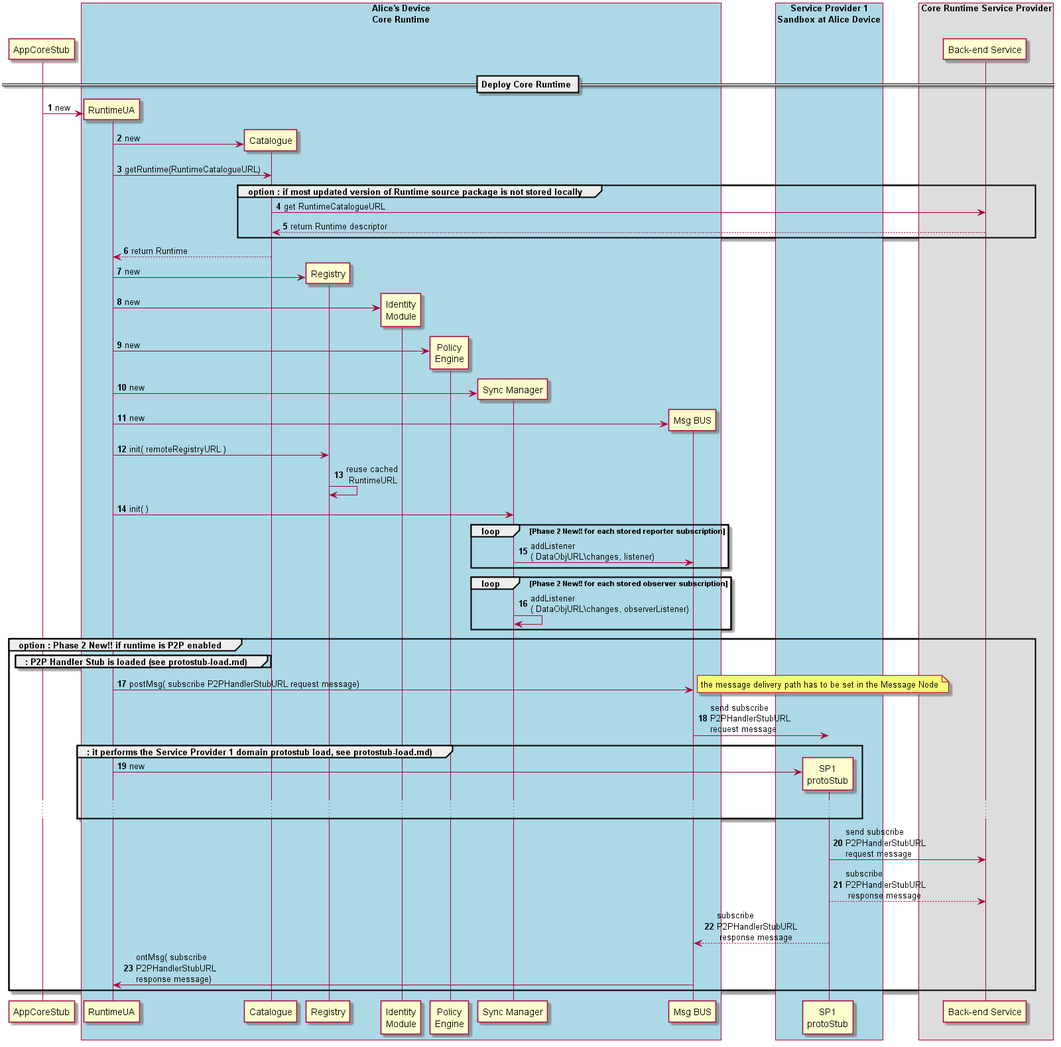
The PlantUML diagram dynamic-view/basics/deploy-runtime.png in reTHINK-project/specs, before a commit. Its source is kept beside it as dynamic-view/basics/deploy-runtime.plantuml.
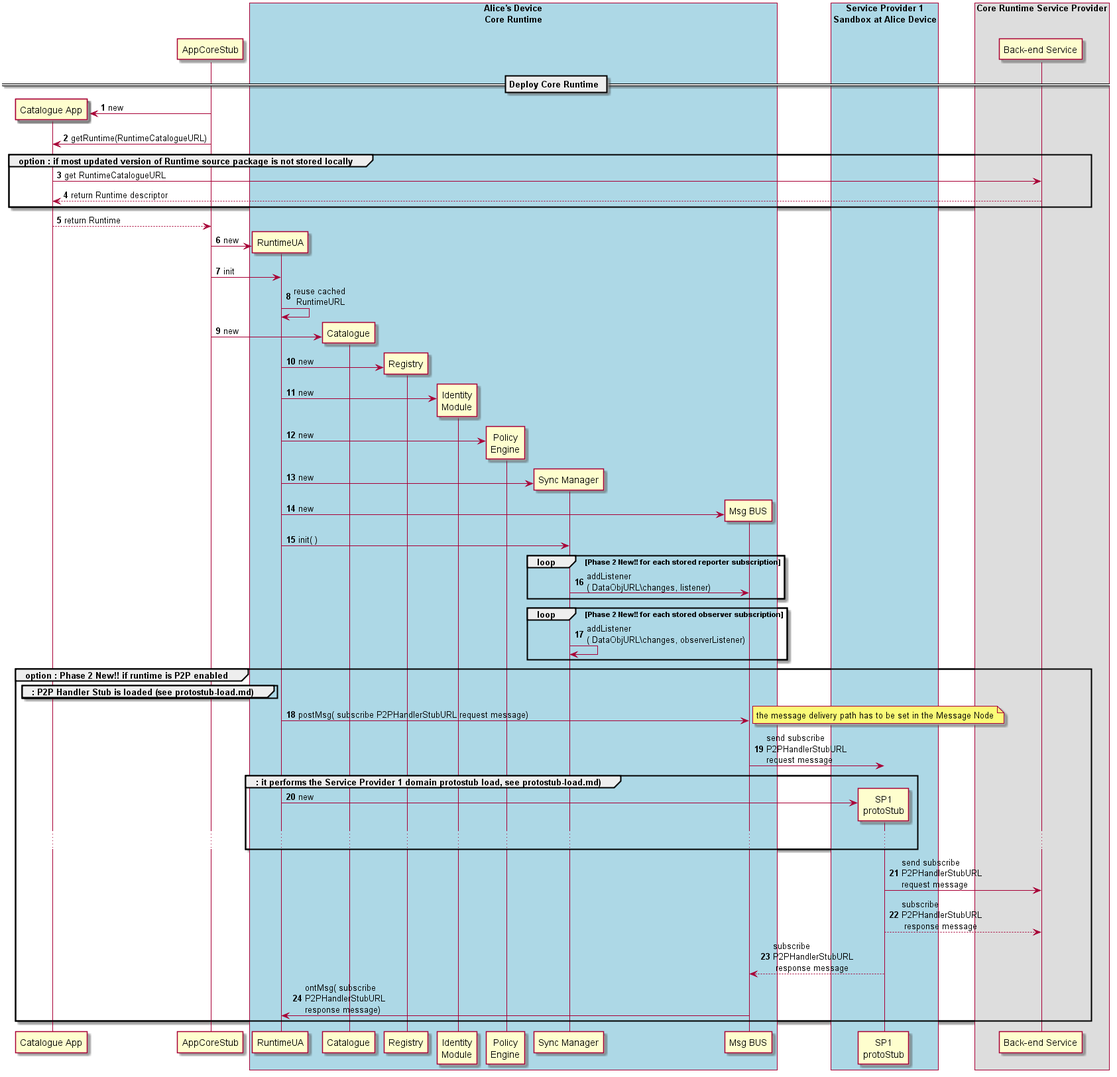
The same file after the commit.

Commit message:
updated runtime deploy to support reusage of runtime URL by the runtime ua

What changed in the source:
```diff
@@ -5,6 +5,8 @@
 !define SHOW_RuntimeA
 
 !define SHOW_AppAtRuntimeA
+
+participant "Catalogue App" as RunCatApp
 
 !define SHOW_CoreRuntimeA
 !define SHOW_MsgBUSAtRuntimeA
@@ -24,24 +26,30 @@
 
 == Deploy Core Runtime ==
 
+create RunCatApp
+App@A -> RunCatApp : new
+
+App@A -> RunCatApp : getRuntime(RuntimeCatalogueURL)
+
+group option : if most updated version of Runtime source package is not stored locally
+
+  RunCatApp -> CoreRunSP : get RuntimeCatalogueURL
+
+  RunCatApp <-- CoreRunSP : return Runtime descriptor
+
+end group
+
+App@A <-- RunCatApp : return Runtime
 
 create RunUA@A
 App@A -> RunUA@A : new
 
+App@A -> RunUA@A : init
+
+RunUA@A -> RunUA@A : reuse cached\n RuntimeURL
+
 create RunCat@A
-RunUA@A -> RunCat@A : new
-
-RunUA@A -> RunCat@A : getRuntime(RuntimeCatalogueURL)
-
-group option : if most updated version of Runtime source package is not stored locally
-
-  RunCat@A -> CoreRunSP : get RuntimeCatalogueURL
-
-  RunCat@A <-- CoreRunSP : return Runtime descriptor
-
-end group
-
-RunUA@A <-- RunCat@A : return Runtime
+App@A -> RunCat@A : new
 
 create RunReg@A
 RunUA@A -> RunReg@A : new
@@ -57,10 +65,6 @@
 
 create BUS@A
 RunUA@A -> BUS@A : new
-
-RunUA@A -> RunReg@A : init( remoteRegistryURL )
-
-RunReg@A -> RunReg@A : reuse cached\n RuntimeURL
 
 RunUA@A -> RunSM@A : init( )
 
@@ -89,7 +93,6 @@
 
   BUS@A -> Proto1@A : send subscribe \nP2PHandlerStubURL \nrequest message
 
-
   group : it performs the Service Provider 1 domain protostub load, see protostub-load.md)
 
     create Proto1@A
```
